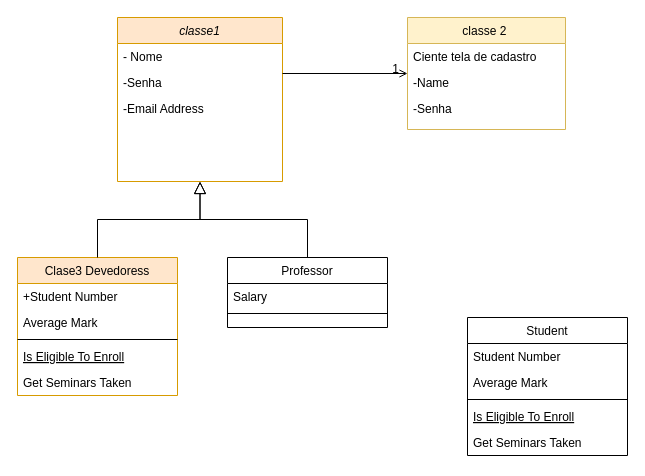
This is Doc/Classes.drawio from kimyenseo/Equipe5, a draw.io file, before an edit. Source tidied: cells renumbered, new cells numbered last; positions are measured from the earlier drawing's top-left corner, leaving out a move shared by most shapes. Both pictures are drawn from the tidied source at 100%, with x=0, y=0 at pixel (17, 17).
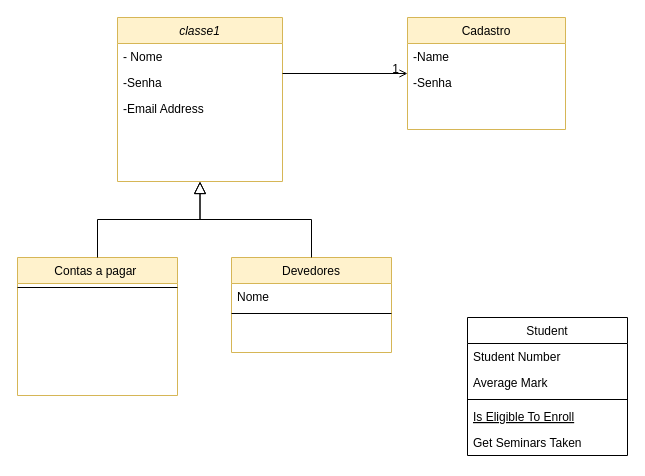
Above is the later version.

Change to the diagram source:
```diff
@@
-    <mxCell id="2" value="classe1" style="swimlane;fontStyle=2;align=center;verticalAlign=top;horizontal=1;startSize=26;rounded=0;shadow=0;strokeWidth=1;fillColor=#ffe6cc;strokeColor=#d79b00;" parent="1" vertex="1">
+    <mxCell id="2" value="classe1" style="swimlane;fontStyle=2;align=center;verticalAlign=top;horizontal=1;startSize=26;rounded=0;shadow=0;strokeWidth=1;fillColor=#fff2cc;strokeColor=#d6b656;" parent="1" vertex="1">
       <mxGeometry x="100" width="165" height="164" as="geometry" />
     </mxCell>
@@
-    <mxCell id="7" value="Clase3 Devedoress" style="swimlane;fontStyle=0;align=center;verticalAlign=top;horizontal=1;startSize=26;rounded=0;shadow=0;strokeWidth=1;fillColor=#ffe6cc;strokeColor=#d79b00;" parent="1" vertex="1">
+    <mxCell id="7" value="Contas a pagar " style="swimlane;fontStyle=0;align=center;verticalAlign=top;horizontal=1;startSize=26;rounded=0;shadow=0;strokeWidth=1;fillColor=#fff2cc;strokeColor=#d6b656;" parent="1" vertex="1">
       <mxGeometry y="240" width="160" height="138" as="geometry" />
     </mxCell>
-    <mxCell id="8" value="+Student Number" style="text;align=left;verticalAlign=top;spacingLeft=4;spacingRight=4;overflow=hidden;" parent="7" vertex="1">
-      <mxGeometry y="26" width="160" height="26" as="geometry" />
-    </mxCell>
-    <mxCell id="9" value="Average Mark" style="text;align=left;verticalAlign=top;spacingLeft=4;spacingRight=4;overflow=hidden;rounded=0;shadow=0;html=0;" parent="7" vertex="1">
-      <mxGeometry y="52" width="160" height="26" as="geometry" />
-    </mxCell>
     <mxCell id="10" style="line;html=1;strokeWidth=1;align=left;verticalAlign=middle;spacingTop=-1;spacingLeft=3;spacingRight=3;labelPosition=right;" parent="7" vertex="1">
-      <mxGeometry y="78" width="160" height="8" as="geometry" />
+      <mxGeometry y="26" width="160" height="8" as="geometry" />
     </mxCell>
-    <mxCell id="11" value="Is Eligible To Enroll" style="text;align=left;verticalAlign=top;spacingLeft=4;spacingRight=4;overflow=hidden;fontStyle=4;" parent="7" vertex="1">
-      <mxGeometry y="86" width="160" height="26" as="geometry" />
-    </mxCell>
-    <mxCell id="12" value="Get Seminars Taken" style="text;align=left;verticalAlign=top;spacingLeft=4;spacingRight=4;overflow=hidden;" parent="7" vertex="1">
-      <mxGeometry y="112" width="160" height="26" as="geometry" />
-    </mxCell>
@@
-    <mxCell id="14" value="Professor" style="swimlane;fontStyle=0;align=center;verticalAlign=top;horizontal=1;startSize=26;rounded=0;shadow=0;strokeWidth=1;" parent="1" vertex="1">
-      <mxGeometry x="210" y="240" width="160" height="70" as="geometry" />
+    <mxCell id="14" value="Devedores" style="swimlane;fontStyle=0;align=center;verticalAlign=top;horizontal=1;startSize=26;rounded=0;shadow=0;strokeWidth=1;fillColor=#fff2cc;strokeColor=#d6b656;" parent="1" vertex="1">
+      <mxGeometry x="214" y="240" width="160" height="95" as="geometry" />
     </mxCell>
-    <mxCell id="15" value="Salary" style="text;align=left;verticalAlign=top;spacingLeft=4;spacingRight=4;overflow=hidden;" parent="14" vertex="1">
+    <mxCell id="15" value="Nome&#10;" style="text;align=left;verticalAlign=top;spacingLeft=4;spacingRight=4;overflow=hidden;" parent="14" vertex="1">
       <mxGeometry y="26" width="160" height="26" as="geometry" />
     </mxCell>
@@
-    <mxCell id="18" value="classe 2 " style="swimlane;fontStyle=0;align=center;verticalAlign=top;horizontal=1;startSize=26;rounded=0;shadow=0;strokeWidth=1;fillColor=#fff2cc;strokeColor=#d6b656;" parent="1" vertex="1">
+    <mxCell id="18" value="Cadastro" style="swimlane;fontStyle=0;align=center;verticalAlign=top;horizontal=1;startSize=26;rounded=0;shadow=0;strokeWidth=1;fillColor=#fff2cc;strokeColor=#d6b656;" parent="1" vertex="1">
       <mxGeometry x="390" width="158" height="112" as="geometry" />
     </mxCell>
-    <mxCell id="19" value="Ciente tela de cadastro" style="text;align=left;verticalAlign=top;spacingLeft=4;spacingRight=4;overflow=hidden;" parent="18" vertex="1">
-      <mxGeometry y="26" width="158" height="26" as="geometry" />
-    </mxCell>
     <mxCell id="20" value="-Name" style="text;align=left;verticalAlign=top;spacingLeft=4;spacingRight=4;overflow=hidden;rounded=0;shadow=0;html=0;" parent="18" vertex="1">
-      <mxGeometry y="52" width="158" height="26" as="geometry" />
+      <mxGeometry y="26" width="158" height="26" as="geometry" />
     </mxCell>
     <mxCell id="21" value="-Senha" style="text;align=left;verticalAlign=top;spacingLeft=4;spacingRight=4;overflow=hidden;rounded=0;shadow=0;html=0;" parent="18" vertex="1">
-      <mxGeometry y="78" width="158" height="26" as="geometry" />
+      <mxGeometry y="52" width="158" height="26" as="geometry" />
     </mxCell>
```
